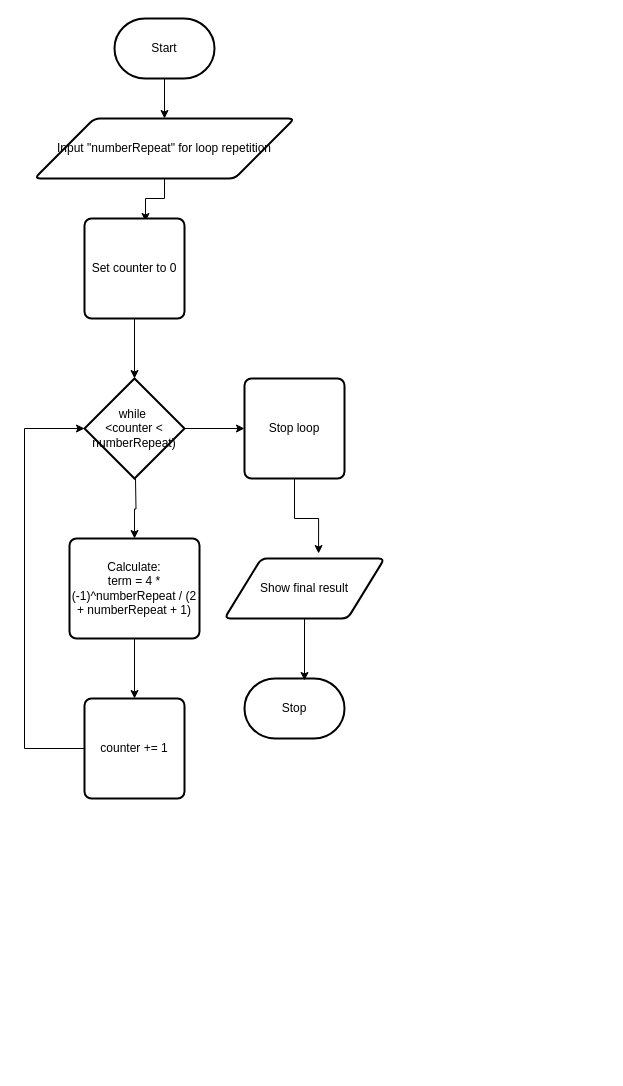
The draw.io diagram design/flowchart.drawio in MTHS-ICD2O-1-2023/ICD2O-Assignment-05-Gabriel-Zanardi, before the edit. Source tidied: cells renumbered, new cells numbered last; positions are measured from the earlier drawing's top-left corner, leaving out a move shared by most shapes. Both pictures are drawn from the tidied source at 100%, with x=0, y=0 at pixel (24, 18).
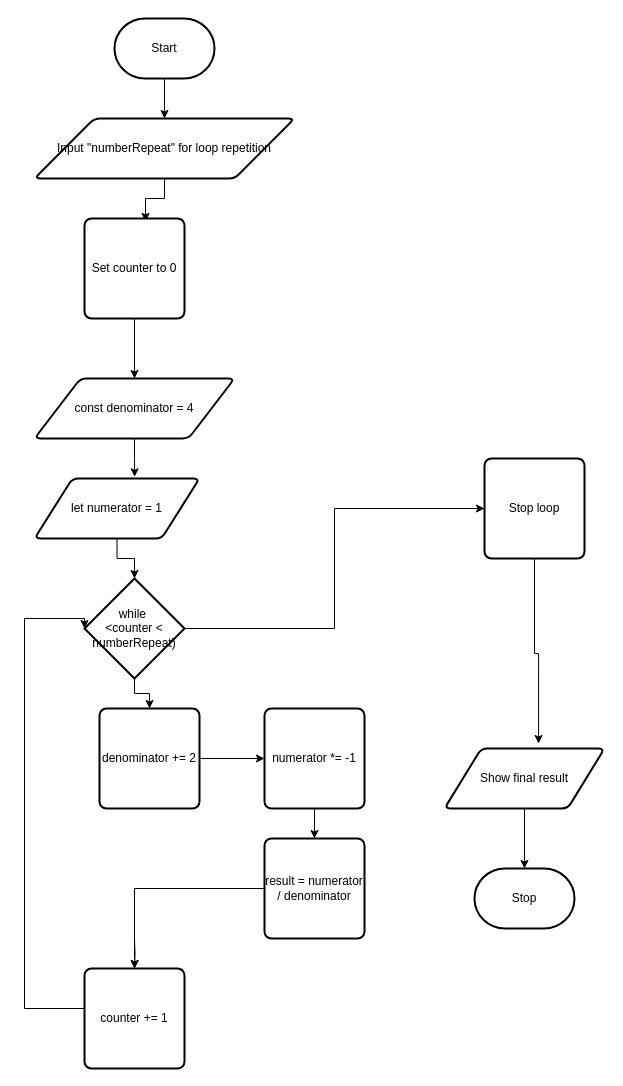
Above is the later version.

Commit message (it also covers changes not shown here):
did the flowchart

The change refers to these unchanged cells:
```xml
<mxCell id="11" value="Set counter to 0" style="rounded=1;whiteSpace=wrap;html=1;absoluteArcSize=1;arcSize=14;strokeWidth=2;" parent="1" vertex="1">
  <mxGeometry x="60" y="200" width="100" height="100" as="geometry" />
</mxCell>
```

What changed in the source:
```diff
@@
     <mxCell id="4" value="Stop" style="strokeWidth=2;html=1;shape=mxgraph.flowchart.terminator;whiteSpace=wrap;" parent="1" vertex="1">
-      <mxGeometry x="220" y="660" width="100" height="60" as="geometry" />
+      <mxGeometry x="450" y="850" width="100" height="60" as="geometry" />
     </mxCell>
@@
-    <mxCell id="7" style="edgeStyle=orthogonalEdgeStyle;rounded=0;html=1;" parent="1" edge="1" target="13">
-      <mxGeometry relative="1" as="geometry">
-        <mxPoint x="111" y="460" as="sourcePoint" />
-      </mxGeometry>
-    </mxCell>
@@
+    <mxCell id="20" style="edgeStyle=orthogonalEdgeStyle;rounded=0;html=1;entryX=0.5;entryY=0;entryDx=0;entryDy=0;" parent="1" edge="1" source="9" target="27">
+      <mxGeometry relative="1" as="geometry" />
+    </mxCell>
     <mxCell id="9" value="while&amp;nbsp;&lt;br&gt;&amp;lt;counter &amp;lt; numberRepeat)" style="strokeWidth=2;html=1;shape=mxgraph.flowchart.decision;whiteSpace=wrap;" parent="1" vertex="1">
-      <mxGeometry x="60" y="360" width="100" height="100" as="geometry" />
+      <mxGeometry x="60" y="560" width="100" height="100" as="geometry" />
     </mxCell>
-    <mxCell id="10" style="edgeStyle=orthogonalEdgeStyle;rounded=0;html=1;entryX=0.5;entryY=0;entryDx=0;entryDy=0;entryPerimeter=0;" parent="1" edge="1" source="11" target="9">
-      <mxGeometry relative="1" as="geometry" />
-    </mxCell>
+    <mxCell id="21" style="edgeStyle=orthogonalEdgeStyle;rounded=0;html=1;" parent="1" edge="1" source="11" target="23">
+      <mxGeometry relative="1" as="geometry" />
+    </mxCell>
@@
-    <mxCell id="12" style="edgeStyle=orthogonalEdgeStyle;rounded=0;html=1;entryX=0.5;entryY=0;entryDx=0;entryDy=0;" parent="1" edge="1" source="13" target="17">
-      <mxGeometry relative="1" as="geometry" />
+    <mxCell id="12" style="edgeStyle=orthogonalEdgeStyle;rounded=0;html=1;entryX=0.5;entryY=0;entryDx=0;entryDy=0;" parent="1" edge="1" target="17">
+      <mxGeometry relative="1" as="geometry">
+        <mxPoint x="110" y="920" as="sourcePoint" />
+      </mxGeometry>
     </mxCell>
-    <mxCell id="13" value="Calculate:&lt;br&gt;term = 4 * (-1)^numberRepeat / (2 + numberRepeat + 1)" style="rounded=1;whiteSpace=wrap;html=1;absoluteArcSize=1;arcSize=14;strokeWidth=2;" parent="1" vertex="1">
-      <mxGeometry x="45" y="520" width="130" height="100" as="geometry" />
-    </mxCell>
@@
     <mxCell id="15" value="Stop loop" style="rounded=1;whiteSpace=wrap;html=1;absoluteArcSize=1;arcSize=14;strokeWidth=2;" parent="1" vertex="1">
-      <mxGeometry x="220" y="360" width="100" height="100" as="geometry" />
+      <mxGeometry x="460" y="440" width="100" height="100" as="geometry" />
     </mxCell>
     <mxCell id="16" style="edgeStyle=orthogonalEdgeStyle;rounded=0;html=1;entryX=0;entryY=0.5;entryDx=0;entryDy=0;entryPerimeter=0;" parent="1" edge="1" source="17" target="9">
       <mxGeometry relative="1" as="geometry">
         <Array as="points">
-          <mxPoint y="730" />
-          <mxPoint y="410" />
+          <mxPoint y="990" />
+          <mxPoint y="600" />
+          <mxPoint x="60" y="600" />
         </Array>
       </mxGeometry>
     </mxCell>
     <mxCell id="17" value="counter += 1" style="rounded=1;whiteSpace=wrap;html=1;absoluteArcSize=1;arcSize=14;strokeWidth=2;" parent="1" vertex="1">
-      <mxGeometry x="60" y="680" width="100" height="100" as="geometry" />
+      <mxGeometry x="60" y="950" width="100" height="100" as="geometry" />
     </mxCell>
-    <mxCell id="18" style="edgeStyle=orthogonalEdgeStyle;rounded=0;html=1;entryX=0.6;entryY=0.033;entryDx=0;entryDy=0;entryPerimeter=0;" parent="1" edge="1" source="19" target="4">
+    <mxCell id="18" style="edgeStyle=orthogonalEdgeStyle;rounded=0;html=1;entryX=0.5;entryY=0;entryDx=0;entryDy=0;entryPerimeter=0;" parent="1" edge="1" source="19" target="4">
       <mxGeometry relative="1" as="geometry" />
     </mxCell>
     <mxCell id="19" value="Show final result" style="shape=parallelogram;html=1;strokeWidth=2;perimeter=parallelogramPerimeter;whiteSpace=wrap;rounded=1;arcSize=12;size=0.23;" parent="1" vertex="1">
-      <mxGeometry x="200" y="540" width="160" height="60" as="geometry" />
+      <mxGeometry x="420" y="730" width="160" height="60" as="geometry" />
     </mxCell>
+    <mxCell id="22" style="edgeStyle=orthogonalEdgeStyle;rounded=0;html=1;entryX=0.607;entryY=-0.028;entryDx=0;entryDy=0;entryPerimeter=0;" parent="1" edge="1" source="23" target="25">
+      <mxGeometry relative="1" as="geometry" />
+    </mxCell>
+    <mxCell id="23" value="const denominator = 4" style="shape=parallelogram;html=1;strokeWidth=2;perimeter=parallelogramPerimeter;whiteSpace=wrap;rounded=1;arcSize=12;size=0.23;" parent="1" vertex="1">
+      <mxGeometry x="10" y="360" width="200" height="60" as="geometry" />
+    </mxCell>
+    <mxCell id="24" style="edgeStyle=orthogonalEdgeStyle;rounded=0;html=1;entryX=0.5;entryY=0;entryDx=0;entryDy=0;entryPerimeter=0;" parent="1" edge="1" source="25" target="9">
+      <mxGeometry relative="1" as="geometry" />
+    </mxCell>
+    <mxCell id="25" value="let numerator = 1" style="shape=parallelogram;html=1;strokeWidth=2;perimeter=parallelogramPerimeter;whiteSpace=wrap;rounded=1;arcSize=12;size=0.23;" parent="1" vertex="1">
+      <mxGeometry x="10" y="460" width="165" height="60" as="geometry" />
+    </mxCell>
+    <mxCell id="26" style="edgeStyle=orthogonalEdgeStyle;rounded=0;html=1;entryX=0;entryY=0.5;entryDx=0;entryDy=0;" parent="1" edge="1" source="27" target="29">
+      <mxGeometry relative="1" as="geometry" />
+    </mxCell>
+    <mxCell id="27" value="denominator += 2&lt;br&gt;" style="rounded=1;whiteSpace=wrap;html=1;absoluteArcSize=1;arcSize=14;strokeWidth=2;" parent="1" vertex="1">
+      <mxGeometry x="75" y="690" width="100" height="100" as="geometry" />
+    </mxCell>
+    <mxCell id="28" style="edgeStyle=orthogonalEdgeStyle;rounded=0;html=1;entryX=0.5;entryY=0;entryDx=0;entryDy=0;" parent="1" edge="1" source="29" target="31">
+      <mxGeometry relative="1" as="geometry" />
+    </mxCell>
+    <mxCell id="29" value="numerator *= -1" style="rounded=1;whiteSpace=wrap;html=1;absoluteArcSize=1;arcSize=14;strokeWidth=2;" parent="1" vertex="1">
+      <mxGeometry x="240" y="690" width="100" height="100" as="geometry" />
+    </mxCell>
+    <mxCell id="30" style="edgeStyle=orthogonalEdgeStyle;rounded=0;html=1;entryX=0.5;entryY=0;entryDx=0;entryDy=0;" parent="1" edge="1" source="31" target="17">
+      <mxGeometry relative="1" as="geometry" />
+    </mxCell>
+    <mxCell id="31" value="result = numerator / denominator" style="rounded=1;whiteSpace=wrap;html=1;absoluteArcSize=1;arcSize=14;strokeWidth=2;" parent="1" vertex="1">
+      <mxGeometry x="240" y="820" width="100" height="100" as="geometry" />
+    </mxCell>
```
